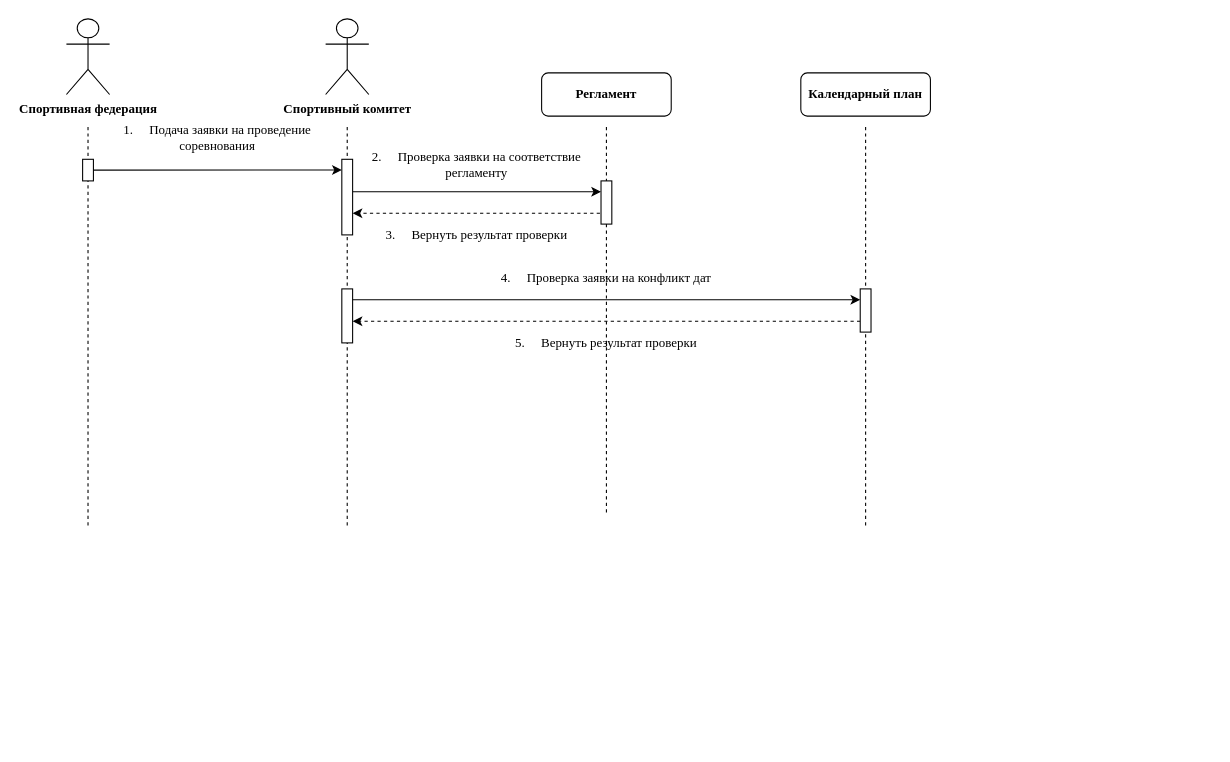
Earlier version of the draw.io diagram page "Последовательности" (4 of 11) of Диаграммы ИС «Спортивный комитет».drawio (antonch985/Education). Source tidied: cells renumbered, new cells numbered last; positions are measured from the earlier drawing's top-left corner, leaving out a move shared by most shapes. Both pictures are drawn from the tidied source at 108%, with x=0, y=0 at pixel (66, 18).
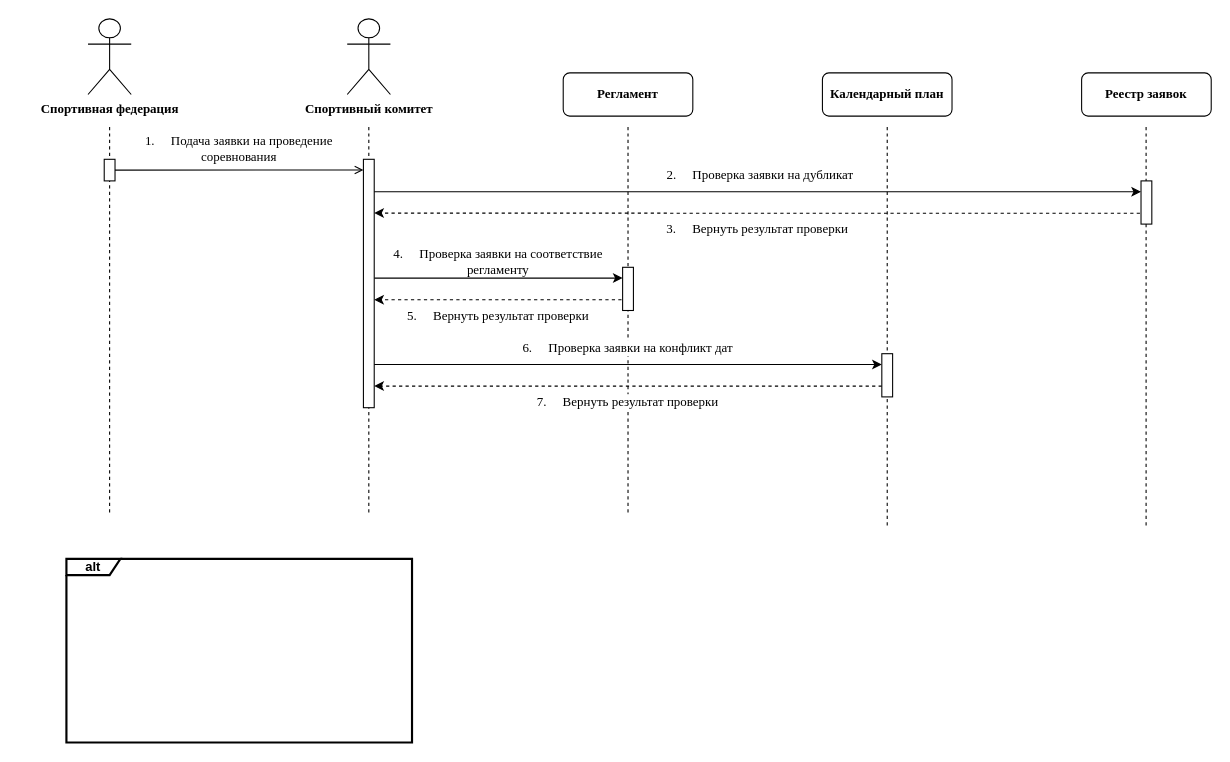
The same page after the edit.

Change to the diagram source:
```diff
@@
+    <mxCell id="3" style="edgeStyle=orthogonalEdgeStyle;rounded=0;orthogonalLoop=1;jettySize=auto;html=1;endArrow=none;endFill=0;dashed=1;fontFamily=Times New Roman;" parent="1" edge="1">
+      <mxGeometry relative="1" as="geometry">
+        <mxPoint x="40" y="100" as="sourcePoint" />
+        <mxPoint x="40" y="460" as="targetPoint" />
+      </mxGeometry>
+    </mxCell>
+    <mxCell id="8" style="edgeStyle=orthogonalEdgeStyle;rounded=0;orthogonalLoop=1;jettySize=auto;html=1;endArrow=none;endFill=0;dashed=1;fontFamily=Times New Roman;" parent="1" edge="1">
+      <mxGeometry relative="1" as="geometry">
+        <mxPoint x="760" y="100" as="sourcePoint" />
+        <mxPoint x="760" y="470" as="targetPoint" />
+      </mxGeometry>
+    </mxCell>
+    <mxCell id="22" style="edgeStyle=orthogonalEdgeStyle;rounded=0;orthogonalLoop=1;jettySize=auto;html=1;endArrow=none;endFill=0;dashed=1;fontFamily=Times New Roman;" parent="1" edge="1">
+      <mxGeometry relative="1" as="geometry">
+        <mxPoint x="520" y="100" as="sourcePoint" />
+        <mxPoint x="520" y="460" as="targetPoint" />
+      </mxGeometry>
+    </mxCell>
+    <mxCell id="25" style="edgeStyle=orthogonalEdgeStyle;rounded=0;orthogonalLoop=1;jettySize=auto;html=1;endArrow=none;endFill=0;dashed=1;fontFamily=Times New Roman;" parent="1" edge="1">
+      <mxGeometry relative="1" as="geometry">
+        <mxPoint x="999.7" y="100" as="sourcePoint" />
+        <mxPoint x="999.7" y="470" as="targetPoint" />
+      </mxGeometry>
+    </mxCell>
     <mxCell id="2" style="endArrow=classic;html=1;rounded=0;dashed=1;fontFamily=Times New Roman;" parent="1" edge="1">
       <mxGeometry relative="1" as="geometry">
-        <mxPoint x="500" y="180" as="sourcePoint" />
-        <mxPoint x="265" y="180" as="targetPoint" />
+        <mxPoint x="520" y="260" as="sourcePoint" />
+        <mxPoint x="285" y="260" as="targetPoint" />
       </mxGeometry>
     </mxCell>
-    <mxCell id="3" style="edgeStyle=orthogonalEdgeStyle;rounded=0;orthogonalLoop=1;jettySize=auto;html=1;endArrow=none;endFill=0;dashed=1;fontFamily=Times New Roman;" parent="1" edge="1">
-      <mxGeometry relative="1" as="geometry">
-        <mxPoint x="20" y="100" as="sourcePoint" />
-        <mxPoint x="20" y="470" as="targetPoint" />
-      </mxGeometry>
-    </mxCell>
     <mxCell id="4" value="Спортивный комитет" style="shape=umlActor;verticalLabelPosition=bottom;verticalAlign=top;html=1;fontFamily=Times New Roman;fontStyle=1;" parent="1" vertex="1">
-      <mxGeometry x="240" width="40" height="70" as="geometry" />
+      <mxGeometry x="260" width="40" height="70" as="geometry" />
     </mxCell>
-    <mxCell id="5" style="edgeStyle=orthogonalEdgeStyle;rounded=0;orthogonalLoop=1;jettySize=auto;html=1;endArrow=none;endFill=0;dashed=1;fontFamily=Times New Roman;" parent="1" edge="1">
-      <mxGeometry relative="1" as="geometry">
-        <mxPoint x="260" y="100" as="sourcePoint" />
-        <mxPoint x="260" y="470" as="targetPoint" />
-      </mxGeometry>
-    </mxCell>
     <mxCell id="6" value="Спортивная федерация" style="shape=umlActor;verticalLabelPosition=bottom;verticalAlign=top;html=1;fontFamily=Times New Roman;fontStyle=1;" parent="1" vertex="1">
-      <mxGeometry width="40" height="70" as="geometry" />
+      <mxGeometry x="20" width="40" height="70" as="geometry" />
     </mxCell>
     <mxCell id="7" value="Календарный план" style="rounded=1;whiteSpace=wrap;html=1;fontFamily=Times New Roman;fontStyle=1;" parent="1" vertex="1">
-      <mxGeometry x="680" y="50" width="120" height="40" as="geometry" />
+      <mxGeometry x="700" y="50" width="120" height="40" as="geometry" />
     </mxCell>
-    <mxCell id="8" style="edgeStyle=orthogonalEdgeStyle;rounded=0;orthogonalLoop=1;jettySize=auto;html=1;endArrow=none;endFill=0;dashed=1;fontFamily=Times New Roman;" parent="1" edge="1">
-      <mxGeometry relative="1" as="geometry">
-        <mxPoint x="740" y="100" as="sourcePoint" />
-        <mxPoint x="740" y="470" as="targetPoint" />
-      </mxGeometry>
-    </mxCell>
     <mxCell id="9" value="Регламент" style="rounded=1;whiteSpace=wrap;html=1;fontFamily=Times New Roman;fontStyle=1;" parent="1" vertex="1">
-      <mxGeometry x="440" y="50" width="120" height="40" as="geometry" />
+      <mxGeometry x="460" y="50" width="120" height="40" as="geometry" />
     </mxCell>
-    <mxCell id="10" style="endArrow=classic;html=1;rounded=0;fontFamily=Times New Roman;" parent="1" edge="1">
+    <mxCell id="10" style="endArrow=open;html=1;rounded=0;fontFamily=Times New Roman;endFill=0;" parent="1" edge="1">
       <mxGeometry relative="1" as="geometry">
-        <mxPoint x="20" y="140" as="sourcePoint" />
-        <mxPoint x="255" y="139.9" as="targetPoint" />
+        <mxPoint x="40" y="140" as="sourcePoint" />
+        <mxPoint x="275" y="139.9" as="targetPoint" />
       </mxGeometry>
     </mxCell>
     <mxCell id="11" value="1.&lt;span style=&quot;white-space: pre;&quot;&gt;&#9;&lt;/span&gt;Подача заявки на проведение соревнования" style="text;html=1;whiteSpace=wrap;align=center;verticalAlign=middle;rounded=0;fontFamily=Times New Roman;" parent="1" vertex="1">
-      <mxGeometry x="20" y="90" width="240" height="40" as="geometry" />
+      <mxGeometry x="40" y="100" width="240" height="40" as="geometry" />
     </mxCell>
     <mxCell id="12" style="endArrow=classic;html=1;rounded=0;fontFamily=Times New Roman;" parent="1" edge="1">
       <mxGeometry relative="1" as="geometry">
-        <mxPoint x="265" y="160" as="sourcePoint" />
-        <mxPoint x="495" y="160" as="targetPoint" />
+        <mxPoint x="285" y="240" as="sourcePoint" />
+        <mxPoint x="515" y="240" as="targetPoint" />
       </mxGeometry>
     </mxCell>
-    <mxCell id="13" value="2.&lt;span style=&quot;white-space: pre;&quot;&gt;&#9;&lt;/span&gt;Проверка заявки на соответствие регламенту" style="text;html=1;whiteSpace=wrap;strokeColor=none;fillColor=none;align=center;verticalAlign=middle;rounded=0;fontFamily=Times New Roman;" parent="1" vertex="1">
-      <mxGeometry x="260" y="110" width="240" height="50" as="geometry" />
+    <mxCell id="13" value="4.&lt;span style=&quot;white-space: pre;&quot;&gt;&#9;&lt;/span&gt;Проверка заявки на соответствие регламенту" style="text;html=1;whiteSpace=wrap;strokeColor=none;fillColor=none;align=center;verticalAlign=middle;rounded=0;fontFamily=Times New Roman;labelBackgroundColor=none;" parent="1" vertex="1">
+      <mxGeometry x="280" y="210" width="240" height="30" as="geometry" />
     </mxCell>
     <mxCell id="14" style="rounded=0;whiteSpace=wrap;html=1;fontFamily=Times New Roman;" parent="1" vertex="1">
-      <mxGeometry x="15" y="130" width="10" height="20" as="geometry" />
+      <mxGeometry x="35" y="130" width="10" height="20" as="geometry" />
     </mxCell>
-    <mxCell id="15" style="rounded=0;whiteSpace=wrap;html=1;fontFamily=Times New Roman;" parent="1" vertex="1">
-      <mxGeometry x="255" y="130" width="10" height="70" as="geometry" />
-    </mxCell>
-    <mxCell id="16" value="3.&lt;span style=&quot;white-space: pre;&quot;&gt;&#9;&lt;/span&gt;Вернуть результат проверки" style="text;html=1;whiteSpace=wrap;strokeColor=none;fillColor=none;align=center;verticalAlign=middle;rounded=0;fontFamily=Times New Roman;" parent="1" vertex="1">
-      <mxGeometry x="260" y="180" width="240" height="40" as="geometry" />
+    <mxCell id="16" value="5.&lt;span style=&quot;white-space: pre;&quot;&gt;&#9;&lt;/span&gt;Вернуть результат проверки" style="text;html=1;whiteSpace=wrap;strokeColor=none;fillColor=none;align=center;verticalAlign=middle;rounded=0;fontFamily=Times New Roman;labelBackgroundColor=none;" parent="1" vertex="1">
+      <mxGeometry x="280" y="260" width="240" height="30" as="geometry" />
     </mxCell>
     <mxCell id="17" style="edgeStyle=orthogonalEdgeStyle;rounded=0;orthogonalLoop=1;jettySize=auto;html=1;fontFamily=Times New Roman;" parent="1" edge="1">
       <mxGeometry relative="1" as="geometry">
-        <mxPoint x="260" y="260" as="sourcePoint" />
-        <mxPoint x="735" y="260" as="targetPoint" />
+        <mxPoint x="280" y="320" as="sourcePoint" />
+        <mxPoint x="755" y="320" as="targetPoint" />
       </mxGeometry>
     </mxCell>
-    <mxCell id="18" style="rounded=0;whiteSpace=wrap;html=1;fontFamily=Times New Roman;" parent="1" vertex="1">
-      <mxGeometry x="255" y="250" width="10" height="50" as="geometry" />
-    </mxCell>
     <mxCell id="19" style="edgeStyle=orthogonalEdgeStyle;rounded=0;orthogonalLoop=1;jettySize=auto;html=1;dashed=1;fontFamily=Times New Roman;" parent="1" edge="1">
       <mxGeometry relative="1" as="geometry">
-        <mxPoint x="735" y="280" as="sourcePoint" />
-        <mxPoint x="265" y="280" as="targetPoint" />
+        <mxPoint x="755" y="340" as="sourcePoint" />
+        <mxPoint x="285" y="340" as="targetPoint" />
         <Array as="points">
-          <mxPoint x="725" y="280" />
+          <mxPoint x="745" y="340" />
         </Array>
       </mxGeometry>
     </mxCell>
+    <mxCell id="21" value="6.&lt;span style=&quot;white-space: pre;&quot;&gt;&#9;&lt;/span&gt;Проверка заявки на конфликт дат" style="text;html=1;whiteSpace=wrap;strokeColor=none;fillColor=none;align=center;verticalAlign=middle;rounded=0;fontFamily=Times New Roman;labelBackgroundColor=default;" parent="1" vertex="1">
+      <mxGeometry x="280" y="290" width="480" height="30" as="geometry" />
+    </mxCell>
+    <mxCell id="23" value="7.&lt;span style=&quot;white-space: pre;&quot;&gt;&#9;&lt;/span&gt;Вернуть результат проверки" style="text;html=1;whiteSpace=wrap;strokeColor=none;fillColor=none;align=center;verticalAlign=middle;rounded=0;fontFamily=Times New Roman;labelBackgroundColor=default;" parent="1" vertex="1">
+      <mxGeometry x="280" y="340" width="480" height="30" as="geometry" />
+    </mxCell>
+    <mxCell id="26" value="alt" style="shape=umlFrame;whiteSpace=wrap;html=1;fontStyle=1;strokeWidth=2;width=50;height=15;" parent="1" vertex="1">
+      <mxGeometry y="500" width="320" height="170" as="geometry" />
+    </mxCell>
+    <mxCell id="27" value="Реестр заявок" style="rounded=1;whiteSpace=wrap;html=1;fontFamily=Times New Roman;fontStyle=1;" parent="1" vertex="1">
+      <mxGeometry x="940" y="50" width="120" height="40" as="geometry" />
+    </mxCell>
+    <mxCell id="28" style="endArrow=classic;html=1;rounded=0;dashed=1;fontFamily=Times New Roman;" parent="1" edge="1">
+      <mxGeometry relative="1" as="geometry">
+        <mxPoint x="1000" y="180" as="sourcePoint" />
+        <mxPoint x="285" y="179.8" as="targetPoint" />
+      </mxGeometry>
+    </mxCell>
+    <mxCell id="29" style="endArrow=classic;html=1;rounded=0;fontFamily=Times New Roman;entryX=0;entryY=0.25;entryDx=0;entryDy=0;" parent="1" edge="1">
+      <mxGeometry relative="1" as="geometry">
+        <mxPoint x="280" y="160" as="sourcePoint" />
+        <mxPoint x="995" y="160" as="targetPoint" />
+      </mxGeometry>
+    </mxCell>
+    <mxCell id="30" value="2.&lt;span style=&quot;white-space: pre;&quot;&gt;&#9;&lt;/span&gt;Проверка заявки на дубликат" style="text;html=1;whiteSpace=wrap;strokeColor=none;fillColor=none;align=center;verticalAlign=middle;rounded=0;fontFamily=Times New Roman;shadow=0;glass=0;fontStyle=0;labelBackgroundColor=none;labelBorderColor=none;textShadow=0;" parent="1" vertex="1">
+      <mxGeometry x="285" y="130" width="715" height="30" as="geometry" />
+    </mxCell>
+    <mxCell id="31" value="3.&lt;span style=&quot;white-space: pre;&quot;&gt;&#9;&lt;/span&gt;Вернуть результат проверки" style="text;html=1;whiteSpace=wrap;strokeColor=none;fillColor=none;align=center;verticalAlign=middle;rounded=0;fontFamily=Times New Roman;labelBackgroundColor=none;" parent="1" vertex="1">
+      <mxGeometry x="280" y="180" width="720" height="30" as="geometry" />
+    </mxCell>
+    <mxCell id="32" style="rounded=0;whiteSpace=wrap;html=1;fontFamily=Times New Roman;" parent="1" vertex="1">
+      <mxGeometry x="995" y="150" width="10" height="40" as="geometry" />
+    </mxCell>
     <mxCell id="20" style="rounded=0;whiteSpace=wrap;html=1;fontFamily=Times New Roman;" parent="1" vertex="1">
-      <mxGeometry x="735" y="250" width="10" height="40" as="geometry" />
+      <mxGeometry x="755" y="310" width="10" height="40" as="geometry" />
     </mxCell>
-    <mxCell id="21" value="4.&lt;span style=&quot;white-space: pre;&quot;&gt;&#9;&lt;/span&gt;Проверка заявки на конфликт дат" style="text;html=1;whiteSpace=wrap;strokeColor=none;fillColor=none;align=center;verticalAlign=middle;rounded=0;fontFamily=Times New Roman;" parent="1" vertex="1">
-      <mxGeometry x="260" y="220" width="480" height="40" as="geometry" />
-    </mxCell>
-    <mxCell id="22" style="edgeStyle=orthogonalEdgeStyle;rounded=0;orthogonalLoop=1;jettySize=auto;html=1;endArrow=none;endFill=0;dashed=1;fontFamily=Times New Roman;" parent="1" edge="1">
-      <mxGeometry relative="1" as="geometry">
-        <mxPoint x="500" y="100" as="sourcePoint" />
-        <mxPoint x="500" y="460" as="targetPoint" />
-      </mxGeometry>
-    </mxCell>
-    <mxCell id="23" value="5.&lt;span style=&quot;white-space: pre;&quot;&gt;&#9;&lt;/span&gt;Вернуть результат проверки" style="text;html=1;whiteSpace=wrap;strokeColor=none;fillColor=none;align=center;verticalAlign=middle;rounded=0;fontFamily=Times New Roman;" parent="1" vertex="1">
-      <mxGeometry x="260" y="280" width="480" height="40" as="geometry" />
-    </mxCell>
     <mxCell id="24" style="rounded=0;whiteSpace=wrap;html=1;fontFamily=Times New Roman;" parent="1" vertex="1">
-      <mxGeometry x="495" y="150" width="10" height="40" as="geometry" />
+      <mxGeometry x="515" y="230" width="10" height="40" as="geometry" />
     </mxCell>
+    <mxCell id="33" style="edgeStyle=orthogonalEdgeStyle;rounded=0;orthogonalLoop=1;jettySize=auto;html=1;endArrow=none;endFill=0;dashed=1;fontFamily=Times New Roman;" parent="1" edge="1">
+      <mxGeometry relative="1" as="geometry">
+        <mxPoint x="280" y="100" as="sourcePoint" />
+        <mxPoint x="280" y="460" as="targetPoint" />
+      </mxGeometry>
+    </mxCell>
+    <mxCell id="34" style="rounded=0;whiteSpace=wrap;html=1;fontFamily=Times New Roman;" parent="1" vertex="1">
+      <mxGeometry x="275" y="130" width="10" height="230" as="geometry" />
+    </mxCell>
```
